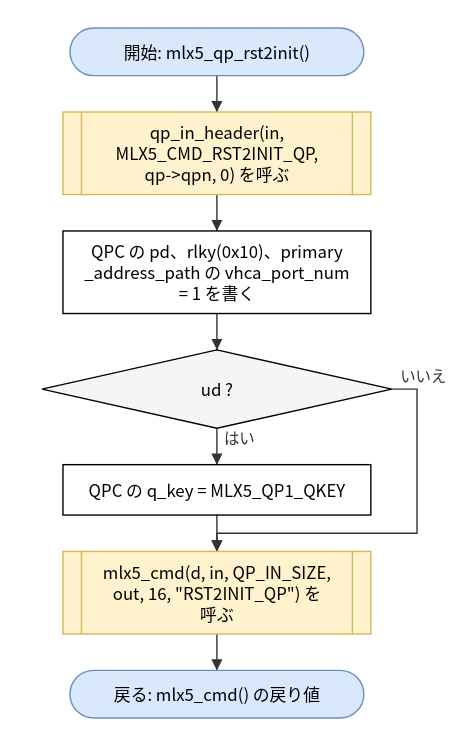
Earlier version of the draw.io export doc/spec/images/flow_src_mlx5_qp-mlx5_qp_rst2init.drawio.svg (hf355051012-ai/bfmem). Source tidied: cells renumbered, new cells last; positions are measured from the earlier drawing's top-left corner, leaving out a move shared by most shapes.
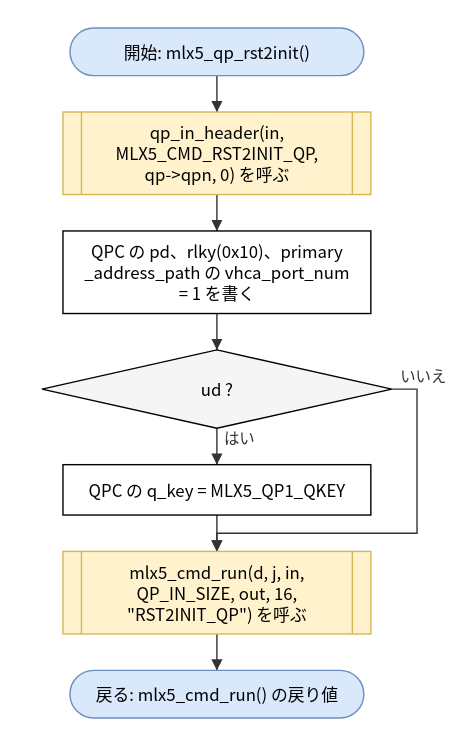
Above is the later version.

Change to the diagram source:
```diff
@@ -17,10 +17,10 @@
     <mxCell id="6" value="QPC の q_key = MLX5_QP1_QKEY" style="rounded=0;whiteSpace=wrap;html=1;" parent="1" vertex="1">
       <mxGeometry x="15" y="312" width="220" height="36" as="geometry" />
     </mxCell>
-    <mxCell id="7" value="mlx5_cmd(d, in, QP_IN_SIZE,&lt;br&gt;out, 16, &amp;quot;RST2INIT_QP&amp;quot;) を&lt;br&gt;呼ぶ" style="shape=process;whiteSpace=wrap;html=1;backgroundOutline=1;size=0.06;fillColor=#fff2cc;strokeColor=#d6b656;" parent="1" vertex="1">
+    <mxCell id="7" value="mlx5_cmd_run(d, j, in,&lt;br&gt;QP_IN_SIZE, out, 16,&lt;br&gt;&amp;quot;RST2INIT_QP&amp;quot;) を呼ぶ" style="shape=process;whiteSpace=wrap;html=1;backgroundOutline=1;size=0.06;fillColor=#fff2cc;strokeColor=#d6b656;" parent="1" vertex="1">
       <mxGeometry x="15" y="374" width="220" height="59" as="geometry" />
     </mxCell>
-    <mxCell id="8" value="戻る: mlx5_cmd() の戻り値" style="rounded=1;arcSize=50;whiteSpace=wrap;html=1;fillColor=#dae8fc;strokeColor=#6c8ebf;" parent="1" vertex="1">
+    <mxCell id="8" value="戻る: mlx5_cmd_run() の戻り値" style="rounded=1;arcSize=50;whiteSpace=wrap;html=1;fillColor=#dae8fc;strokeColor=#6c8ebf;" parent="1" vertex="1">
       <mxGeometry x="20" y="459" width="210" height="34" as="geometry" />
     </mxCell>
     <mxCell id="9" style="edgeStyle=none;html=1;rounded=0;endArrow=block;endFill=1;exitX=0.5000;exitY=1.0000;exitDx=0;exitDy=0;exitPerimeter=0;entryX=0.5000;entryY=0.0000;entryDx=0;entryDy=0;entryPerimeter=0;" parent="1" edge="1" source="2" target="3">
```
